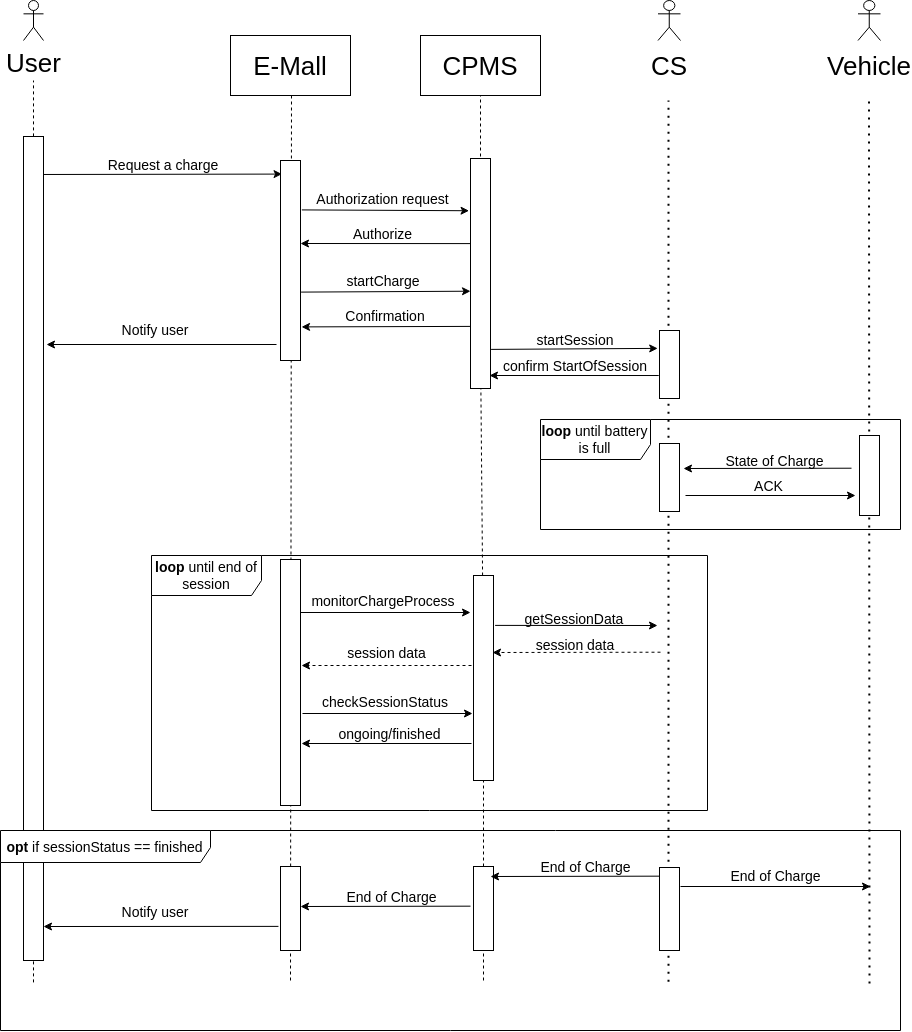
The draw.io diagram deliverables/sequence_diagrams/start_a_charge.png in nicolasbenatti/BenattiBiasioloSimonin, before a commit. Source tidied: cells renumbered, new cells last; positions are measured from the earlier drawing's top-left corner, leaving out a move shared by most shapes.
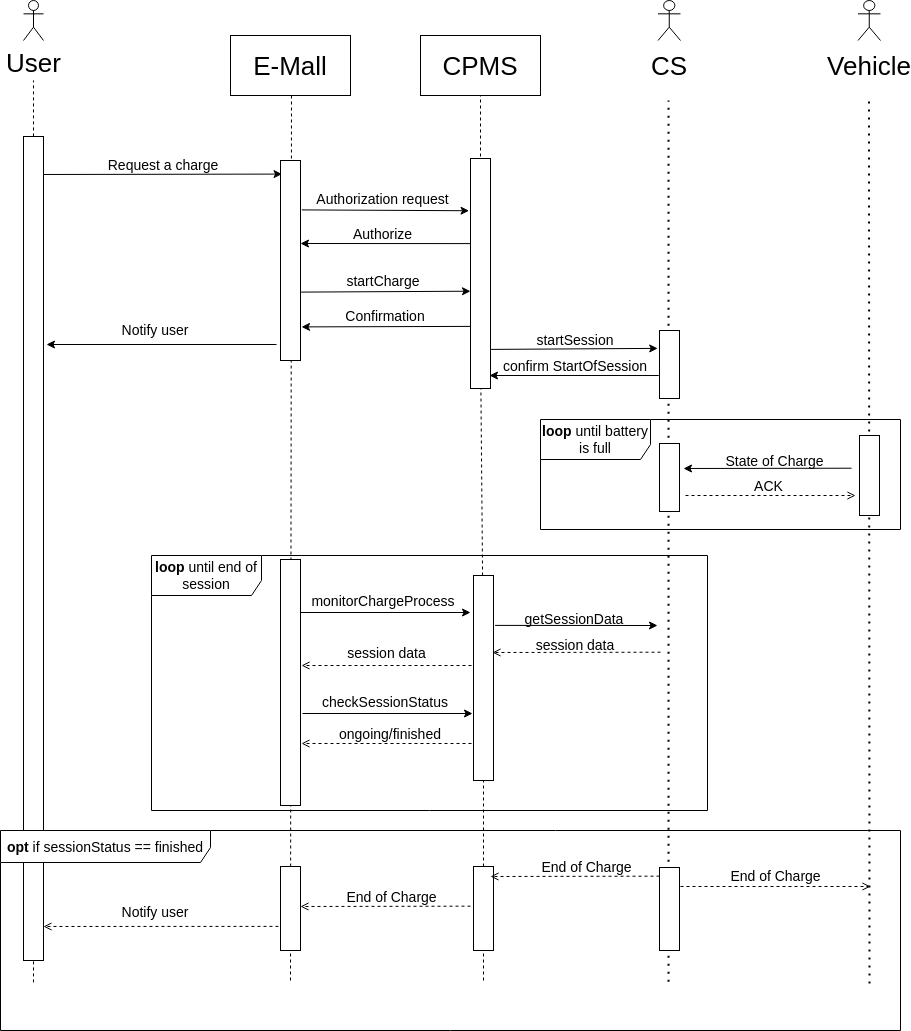
After the change.

Diff of the diagram source:
```diff
@@ -2,7 +2,7 @@
   <root>
     <mxCell id="0" />
     <mxCell id="1" parent="0" />
-    <mxCell id="2" style="endArrow=classic;html=1;rounded=0;fontSize=14;exitX=-0.102;exitY=0.142;exitDx=0;exitDy=0;exitPerimeter=0;" parent="1" edge="1">
+    <mxCell id="2" style="endArrow=open;html=1;rounded=0;fontSize=14;exitX=-0.102;exitY=0.142;exitDx=0;exitDy=0;exitPerimeter=0;endFill=0;dashed=1;" parent="1" edge="1">
       <mxGeometry relative="1" as="geometry">
         <mxPoint x="680" y="886" as="sourcePoint" />
         <mxPoint x="870" y="886" as="targetPoint" />
@@ -13,7 +13,7 @@
         <mxPoint x="11" y="-11" as="offset" />
       </mxGeometry>
     </mxCell>
-    <mxCell id="4" style="endArrow=classic;html=1;rounded=0;fontSize=14;exitX=-0.102;exitY=0.142;exitDx=0;exitDy=0;exitPerimeter=0;" parent="1" edge="1">
+    <mxCell id="4" style="endArrow=open;html=1;rounded=0;fontSize=14;exitX=-0.102;exitY=0.142;exitDx=0;exitDy=0;exitPerimeter=0;endFill=0;dashed=1;" parent="1" edge="1">
       <mxGeometry relative="1" as="geometry">
         <mxPoint x="278" y="925.9" as="sourcePoint" />
         <mxPoint x="43" y="926" as="targetPoint" />
@@ -92,7 +92,7 @@
         <mxPoint x="470" y="612" as="targetPoint" />
       </mxGeometry>
     </mxCell>
-    <mxCell id="22" style="endArrow=classic;html=1;rounded=0;fontSize=14;dashed=1;" parent="1" edge="1">
+    <mxCell id="22" style="endArrow=open;html=1;rounded=0;fontSize=14;dashed=1;endFill=0;" parent="1" edge="1">
       <mxGeometry relative="1" as="geometry">
         <mxPoint x="471" y="665" as="sourcePoint" />
         <mxPoint x="301" y="665" as="targetPoint" />
@@ -182,7 +182,7 @@
     <mxCell id="44" value="getSessionData" style="text;html=1;strokeColor=none;fillColor=none;align=center;verticalAlign=middle;whiteSpace=wrap;rounded=0;fontSize=14;" parent="1" vertex="1">
       <mxGeometry x="519" y="613" width="110" height="10" as="geometry" />
     </mxCell>
-    <mxCell id="45" style="endArrow=classic;html=1;rounded=0;fontSize=14;dashed=1;exitX=0.05;exitY=0.549;exitDx=0;exitDy=0;exitPerimeter=0;" parent="1" edge="1">
+    <mxCell id="45" style="endArrow=open;html=1;rounded=0;fontSize=14;dashed=1;exitX=0.05;exitY=0.549;exitDx=0;exitDy=0;exitPerimeter=0;endFill=0;" parent="1" edge="1">
       <mxGeometry relative="1" as="geometry">
         <mxPoint x="660" y="651.7" as="sourcePoint" />
         <mxPoint x="492" y="652" as="targetPoint" />
@@ -200,7 +200,7 @@
     <mxCell id="48" value="State of Charge" style="text;html=1;strokeColor=none;fillColor=none;align=center;verticalAlign=middle;whiteSpace=wrap;rounded=0;fontSize=14;" parent="1" vertex="1">
       <mxGeometry x="724" y="458" width="101" height="4" as="geometry" />
     </mxCell>
-    <mxCell id="49" style="endArrow=classic;html=1;rounded=0;fontSize=14;" parent="1" edge="1">
+    <mxCell id="49" style="endArrow=open;html=1;rounded=0;fontSize=14;dashed=1;endFill=0;" parent="1" edge="1">
       <mxGeometry relative="1" as="geometry">
         <mxPoint x="685" y="495" as="sourcePoint" />
         <mxPoint x="855" y="495" as="targetPoint" />
@@ -232,7 +232,7 @@
     <mxCell id="57" style="rounded=0;whiteSpace=wrap;html=1;fontSize=14;" parent="1" vertex="1">
       <mxGeometry x="659" y="867" width="20" height="83" as="geometry" />
     </mxCell>
-    <mxCell id="58" style="endArrow=classic;html=1;rounded=0;fontSize=14;exitX=-0.102;exitY=0.142;exitDx=0;exitDy=0;exitPerimeter=0;" parent="1" edge="1">
+    <mxCell id="58" style="endArrow=open;html=1;rounded=0;fontSize=14;exitX=-0.102;exitY=0.142;exitDx=0;exitDy=0;exitPerimeter=0;endFill=0;dashed=1;" parent="1" edge="1">
       <mxGeometry relative="1" as="geometry">
         <mxPoint x="659" y="875.7" as="sourcePoint" />
         <mxPoint x="490" y="876" as="targetPoint" />
@@ -243,7 +243,7 @@
         <mxPoint y="-11" as="offset" />
       </mxGeometry>
     </mxCell>
-    <mxCell id="60" style="endArrow=classic;html=1;rounded=0;fontSize=14;exitX=-0.102;exitY=0.142;exitDx=0;exitDy=0;exitPerimeter=0;" parent="1" edge="1">
+    <mxCell id="60" style="endArrow=open;html=1;rounded=0;fontSize=14;exitX=-0.102;exitY=0.142;exitDx=0;exitDy=0;exitPerimeter=0;endFill=0;dashed=1;" parent="1" edge="1">
       <mxGeometry relative="1" as="geometry">
         <mxPoint x="470" y="905.7" as="sourcePoint" />
         <mxPoint x="300" y="906" as="targetPoint" />
@@ -258,7 +258,7 @@
     <mxCell id="62" value="checkSessionStatus" style="text;html=1;strokeColor=none;fillColor=none;align=center;verticalAlign=middle;whiteSpace=wrap;rounded=0;fontSize=14;" parent="1" vertex="1">
       <mxGeometry x="329.5" y="686" width="110" height="30" as="geometry" />
     </mxCell>
-    <mxCell id="63" style="endArrow=classic;html=1;rounded=0;fontSize=14;" parent="1" edge="1">
+    <mxCell id="63" style="endArrow=open;html=1;rounded=0;fontSize=14;endFill=0;dashed=1;" parent="1" edge="1">
       <mxGeometry relative="1" as="geometry">
         <mxPoint x="471" y="743" as="sourcePoint" />
         <mxPoint x="301" y="743" as="targetPoint" />
@@ -270,9 +270,6 @@
     <mxCell id="65" value="End of Charge" style="edgeLabel;html=1;align=center;verticalAlign=middle;fontSize=14;" parent="1" vertex="1">
       <mxGeometry x="390.5" y="895.8" as="geometry" />
     </mxCell>
-    <mxCell id="66" value="&lt;b&gt;opt &lt;/b&gt;if sessionStatus == finished" style="shape=umlFrame;whiteSpace=wrap;html=1;fontSize=14;width=210;height=32;" parent="1" vertex="1">
-      <mxGeometry y="830" width="900" height="200" as="geometry" />
-    </mxCell>
     <mxCell id="67" value="&lt;b&gt;loop&lt;/b&gt; until end of session" style="shape=umlFrame;whiteSpace=wrap;html=1;fontSize=14;width=110;height=40;" parent="1" vertex="1">
       <mxGeometry x="151" y="555" width="556" height="255" as="geometry" />
     </mxCell>
@@ -282,5 +279,8 @@
     <mxCell id="69" value="&lt;font style=&quot;font-size: 26px;&quot;&gt;User&lt;/font&gt;" style="shape=umlActor;verticalLabelPosition=bottom;verticalAlign=top;html=1;" parent="1" vertex="1">
       <mxGeometry x="23" width="20" height="40" as="geometry" />
     </mxCell>
+    <mxCell id="66" value="&lt;b&gt;opt &lt;/b&gt;if sessionStatus == finished" style="shape=umlFrame;whiteSpace=wrap;html=1;fontSize=14;width=210;height=32;" parent="1" vertex="1">
+      <mxGeometry y="830" width="900" height="200" as="geometry" />
+    </mxCell>
   </root>
 </mxGraphModel>
```
